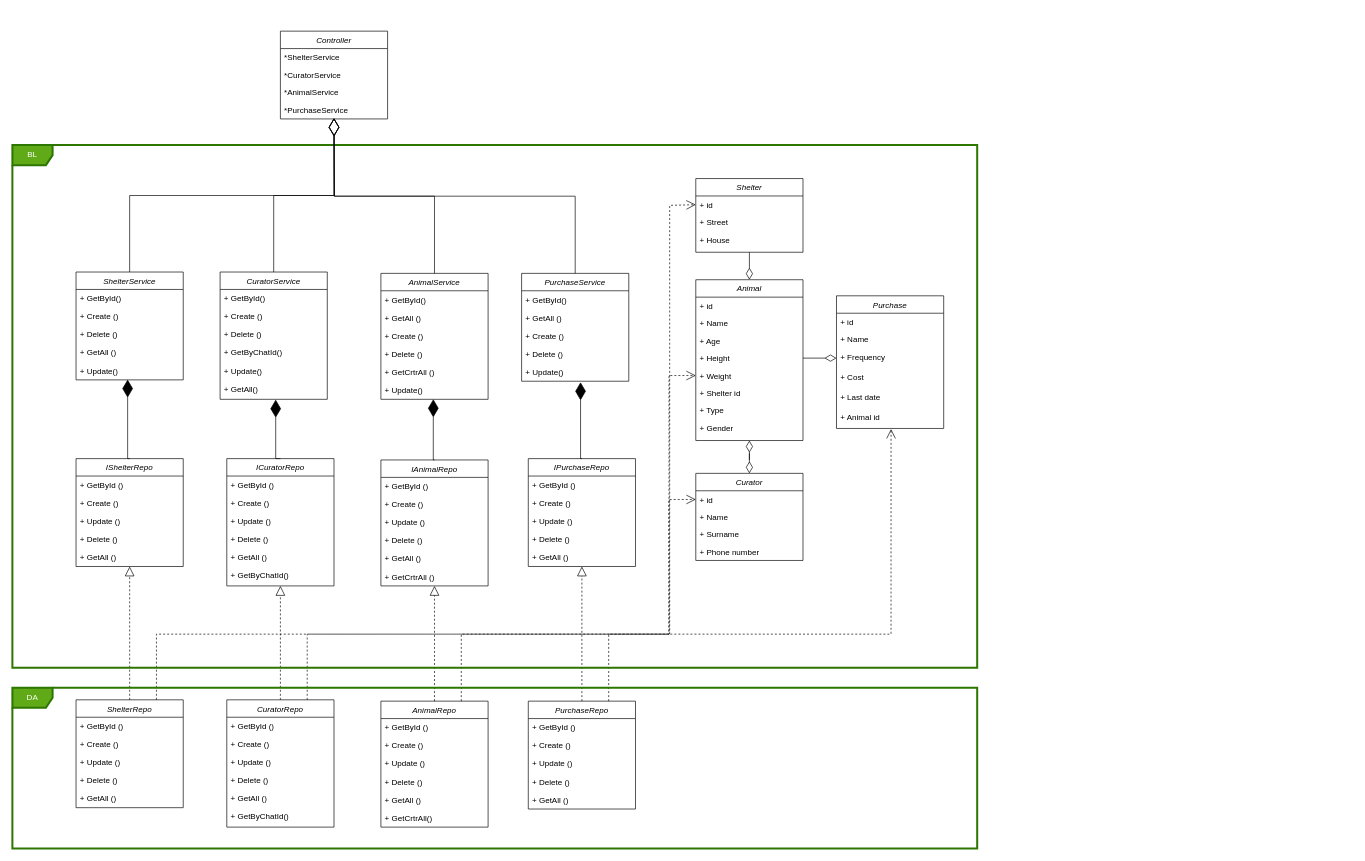
Above: diagrams/classes.drawio in Laiika/bmstu-iu7-sd (draw.io), before the change. Source tidied: cells renumbered, new cells numbered last; positions are measured from the earlier drawing's top-left corner, leaving out a move shared by most shapes. Both pictures are drawn from the tidied source at 67%, with x=0, y=0 at pixel (12, 31).
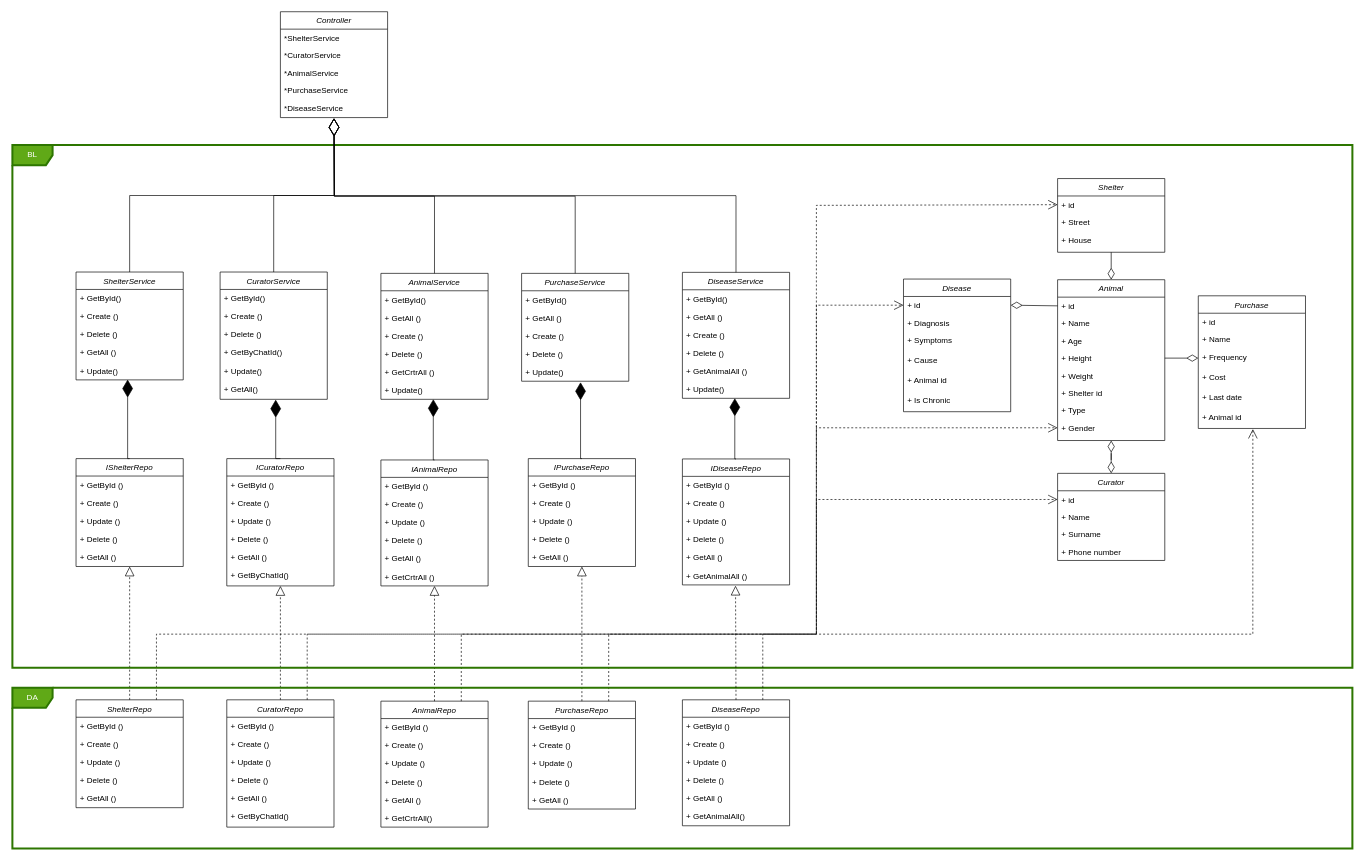
After the change.

Unchanged cells that the change refers to:
```xml
<mxCell id="6" value="*PurchaseService" style="text;align=left;verticalAlign=top;spacingLeft=4;spacingRight=4;overflow=hidden;points=[[0,0.5],[1,0.5]];portConstraint=eastwest;rounded=0;shadow=0;html=0;" parent="2" vertex="1">
  <mxGeometry y="104" width="160" height="27" as="geometry" />
</mxCell>
<mxCell id="7" value="ShelterService" style="swimlane;fontStyle=2;align=center;verticalAlign=top;horizontal=1;startSize=26;rounded=0;shadow=0;strokeWidth=1;" parent="1" vertex="1">
  <mxGeometry x="95" y="359.5" width="160" height="161" as="geometry" />
</mxCell>
<mxCell id="39" value="PurchaseRepo" style="swimlane;fontStyle=2;align=center;verticalAlign=top;horizontal=1;startSize=26;rounded=0;shadow=0;strokeWidth=1;" parent="1" vertex="1">
  <mxGeometry x="770" y="1000" width="160" height="161" as="geometry" />
</mxCell>
<mxCell id="53" value="CuratorRepo" style="swimlane;fontStyle=2;align=center;verticalAlign=top;horizontal=1;startSize=26;rounded=0;shadow=0;strokeWidth=1;" parent="1" vertex="1">
  <mxGeometry x="320" y="998" width="160" height="190" as="geometry" />
</mxCell>
<mxCell id="67" value="ShelterRepo" style="swimlane;fontStyle=2;align=center;verticalAlign=top;horizontal=1;startSize=26;rounded=0;shadow=0;strokeWidth=1;" parent="1" vertex="1">
  <mxGeometry x="95" y="998" width="160" height="161" as="geometry" />
</mxCell>
<mxCell id="81" value="AnimalRepo" style="swimlane;fontStyle=2;align=center;verticalAlign=top;horizontal=1;startSize=26;rounded=0;shadow=0;strokeWidth=1;" parent="1" vertex="1">
  <mxGeometry x="550" y="1000" width="160" height="188" as="geometry" />
</mxCell>
<mxCell id="90" value="+ id" style="text;align=left;verticalAlign=top;spacingLeft=4;spacingRight=4;overflow=hidden;points=[[0,0.5],[1,0.5]];portConstraint=eastwest;rounded=0;shadow=0;html=0;" parent="89" vertex="1">
  <mxGeometry y="26" width="160" height="26" as="geometry" />
</mxCell>
<mxCell id="94" value="+ Weight" style="text;align=left;verticalAlign=top;spacingLeft=4;spacingRight=4;overflow=hidden;points=[[0,0.5],[1,0.5]];portConstraint=eastwest;rounded=0;shadow=0;html=0;" parent="89" vertex="1">
  <mxGeometry y="130" width="160" height="26" as="geometry" />
</mxCell>
<mxCell id="97" value="+ Gender" style="text;align=left;verticalAlign=top;spacingLeft=4;spacingRight=4;overflow=hidden;points=[[0,0.5],[1,0.5]];portConstraint=eastwest;rounded=0;shadow=0;html=0;" parent="89" vertex="1">
  <mxGeometry y="208" width="160" height="26" as="geometry" />
</mxCell>
<mxCell id="104" value="+ Animal id" style="text;align=left;verticalAlign=top;spacingLeft=4;spacingRight=4;overflow=hidden;points=[[0,0.5],[1,0.5]];portConstraint=eastwest;rounded=0;shadow=0;html=0;" parent="98" vertex="1">
  <mxGeometry y="168" width="160" height="30" as="geometry" />
</mxCell>
<mxCell id="106" value="+ id" style="text;align=left;verticalAlign=top;spacingLeft=4;spacingRight=4;overflow=hidden;points=[[0,0.5],[1,0.5]];portConstraint=eastwest;rounded=0;shadow=0;html=0;" parent="105" vertex="1">
  <mxGeometry y="26" width="160" height="26" as="geometry" />
</mxCell>
<mxCell id="111" value="+ id" style="text;align=left;verticalAlign=top;spacingLeft=4;spacingRight=4;overflow=hidden;points=[[0,0.5],[1,0.5]];portConstraint=eastwest;rounded=0;shadow=0;html=0;" parent="110" vertex="1">
  <mxGeometry y="26" width="160" height="26" as="geometry" />
</mxCell>
```

The edit, as a diff of the source:
```diff
@@
     <mxCell id="2" value="Controller" style="swimlane;fontStyle=2;align=center;verticalAlign=top;horizontal=1;startSize=26;rounded=0;shadow=0;strokeWidth=1;" parent="1" vertex="1">
-      <mxGeometry x="400" width="160" height="131" as="geometry" />
+      <mxGeometry x="400" y="-29" width="160" height="158" as="geometry" />
     </mxCell>
@@
+    <mxCell id="132" value="*DiseaseService" style="text;align=left;verticalAlign=top;spacingLeft=4;spacingRight=4;overflow=hidden;rounded=0;shadow=0;html=0;" parent="2" vertex="1">
+      <mxGeometry y="131" width="160" height="27" as="geometry" />
+    </mxCell>
@@
     <mxCell id="89" value="Animal" style="swimlane;fontStyle=2;align=center;verticalAlign=top;horizontal=1;startSize=26;rounded=0;shadow=0;strokeWidth=1;" parent="1" vertex="1">
-      <mxGeometry x="1020" y="371" width="160" height="240" as="geometry" />
+      <mxGeometry x="1560" y="371" width="160" height="240" as="geometry" />
     </mxCell>
@@
     <mxCell id="98" value="Purchase" style="swimlane;fontStyle=2;align=center;verticalAlign=top;horizontal=1;startSize=26;rounded=0;shadow=0;strokeWidth=1;" parent="1" vertex="1">
-      <mxGeometry x="1230" y="395" width="160" height="198" as="geometry" />
+      <mxGeometry x="1770" y="395" width="160" height="198" as="geometry" />
     </mxCell>
@@
     <mxCell id="105" value="Curator" style="swimlane;fontStyle=2;align=center;verticalAlign=top;horizontal=1;startSize=26;rounded=0;shadow=0;strokeWidth=1;" parent="1" vertex="1">
-      <mxGeometry x="1020" y="660" width="160" height="130" as="geometry" />
+      <mxGeometry x="1560" y="660" width="160" height="130" as="geometry" />
     </mxCell>
@@
     <mxCell id="110" value="Shelter" style="swimlane;fontStyle=2;align=center;verticalAlign=top;horizontal=1;startSize=26;rounded=0;shadow=0;strokeWidth=1;" parent="1" vertex="1">
-      <mxGeometry x="1020" y="220" width="160" height="110" as="geometry" />
+      <mxGeometry x="1560" y="220" width="160" height="110" as="geometry" />
     </mxCell>
@@
     <mxCell id="115" style="endArrow=none;html=1;endSize=12;startArrow=diamondThin;startSize=15;startFill=0;rounded=0;endFill=0;exitX=0.5;exitY=1;exitDx=0;exitDy=0;" parent="1" edge="1" source="89">
       <mxGeometry x="-0.02" relative="1" as="geometry">
-        <mxPoint x="1100" y="640" as="targetPoint" />
+        <mxPoint x="1640" y="640" as="targetPoint" />
       </mxGeometry>
     </mxCell>
@@
     <mxCell id="117" style="endArrow=open;endSize=12;dashed=1;html=1;rounded=0;edgeStyle=orthogonalEdgeStyle;entryX=0.509;entryY=1.029;entryDx=0;entryDy=0;entryPerimeter=0;exitX=0.75;exitY=0;exitDx=0;exitDy=0;" parent="1" edge="1" source="39" target="104">
       <mxGeometry relative="1" as="geometry">
         <Array as="points">
           <mxPoint x="890" y="900" />
-          <mxPoint x="1311" y="900" />
+          <mxPoint x="1851" y="900" />
         </Array>
       </mxGeometry>
     </mxCell>
-    <mxCell id="118" style="endArrow=open;endSize=12;dashed=1;html=1;rounded=0;exitX=0.75;exitY=0;exitDx=0;exitDy=0;edgeStyle=orthogonalEdgeStyle;entryX=0;entryY=0.5;entryDx=0;entryDy=0;" parent="1" edge="1" source="81" target="94">
+    <mxCell id="118" style="endArrow=open;endSize=12;dashed=1;html=1;rounded=0;exitX=0.75;exitY=0;exitDx=0;exitDy=0;edgeStyle=orthogonalEdgeStyle;entryX=0;entryY=0.5;entryDx=0;entryDy=0;" parent="1" edge="1" source="81" target="97">
       <mxGeometry relative="1" as="geometry">
         <Array as="points">
           <mxPoint x="670" y="900" />
-          <mxPoint x="980" y="900" />
-          <mxPoint x="980" y="514" />
+          <mxPoint x="1200" y="900" />
+          <mxPoint x="1200" y="592" />
         </Array>
       </mxGeometry>
     </mxCell>
     <mxCell id="119" style="endArrow=open;endSize=12;dashed=1;html=1;rounded=0;exitX=0.75;exitY=0;exitDx=0;exitDy=0;edgeStyle=orthogonalEdgeStyle;entryX=0;entryY=0.5;entryDx=0;entryDy=0;" parent="1" edge="1" source="53" target="106">
       <mxGeometry relative="1" as="geometry">
         <Array as="points">
           <mxPoint x="440" y="900" />
-          <mxPoint x="980" y="900" />
-          <mxPoint x="980" y="699" />
+          <mxPoint x="1200" y="900" />
+          <mxPoint x="1200" y="699" />
         </Array>
       </mxGeometry>
     </mxCell>
     <mxCell id="120" style="endArrow=open;endSize=12;dashed=1;html=1;rounded=0;exitX=0.75;exitY=0;exitDx=0;exitDy=0;edgeStyle=orthogonalEdgeStyle;entryX=0;entryY=0.5;entryDx=0;entryDy=0;" parent="1" edge="1" source="67" target="111">
       <mxGeometry relative="1" as="geometry">
         <Array as="points">
           <mxPoint x="215" y="900" />
-          <mxPoint x="981" y="900" />
-          <mxPoint x="981" y="260" />
-          <mxPoint x="1020" y="260" />
+          <mxPoint x="1200" y="900" />
+          <mxPoint x="1200" y="260" />
         </Array>
       </mxGeometry>
     </mxCell>
@@
     <mxCell id="125" value="BL" style="shape=umlFrame;whiteSpace=wrap;html=1;fillColor=#60a917;strokeColor=#2D7600;fontColor=#ffffff;strokeWidth=3;" parent="1" vertex="1">
-      <mxGeometry y="170" width="1440" height="780" as="geometry" />
+      <mxGeometry y="170" width="2000" height="780" as="geometry" />
     </mxCell>
     <mxCell id="126" value="DA" style="shape=umlFrame;whiteSpace=wrap;html=1;fillColor=#60a917;fontColor=#ffffff;strokeColor=#2D7600;strokeWidth=3;" parent="1" vertex="1">
-      <mxGeometry y="980" width="1440" height="240" as="geometry" />
+      <mxGeometry y="980" width="2000" height="240" as="geometry" />
     </mxCell>
     <mxCell id="127" style="endArrow=none;html=1;endSize=12;startArrow=diamondThin;startSize=15;startFill=0;rounded=0;endFill=0;exitX=0.5;exitY=0;exitDx=0;exitDy=0;" parent="1" edge="1" source="105">
       <mxGeometry x="0.08" relative="1" as="geometry">
-        <mxPoint x="1100" y="630" as="targetPoint" />
+        <mxPoint x="1640" y="630" as="targetPoint" />
       </mxGeometry>
     </mxCell>
-    <mxCell id="128" style="endArrow=diamondThin;endFill=0;endSize=24;html=1;rounded=0;exitX=0.5;exitY=0;exitDx=0;exitDy=0;edgeStyle=orthogonalEdgeStyle;entryX=0.5;entryY=0.963;entryDx=0;entryDy=0;entryPerimeter=0;" parent="1" edge="1" source="7" target="6">
-      <mxGeometry relative="1" as="geometry" />
+    <mxCell id="128" style="endArrow=diamondThin;endFill=0;endSize=24;html=1;rounded=0;exitX=0.5;exitY=0;exitDx=0;exitDy=0;edgeStyle=orthogonalEdgeStyle;" parent="1" edge="1" source="7">
+      <mxGeometry relative="1" as="geometry">
+        <mxPoint x="480" y="130" as="targetPoint" />
+      </mxGeometry>
     </mxCell>
@@
+    <mxCell id="133" value="Disease&#10;" style="swimlane;fontStyle=2;align=center;verticalAlign=top;horizontal=1;startSize=26;rounded=0;shadow=0;strokeWidth=1;" parent="1" vertex="1">
+      <mxGeometry x="1330" y="370" width="160" height="198" as="geometry" />
+    </mxCell>
+    <mxCell id="134" value="+ id" style="text;align=left;verticalAlign=top;spacingLeft=4;spacingRight=4;overflow=hidden;points=[[0,0.5],[1,0.5]];portConstraint=eastwest;rounded=0;shadow=0;html=0;" parent="133" vertex="1">
+      <mxGeometry y="26" width="160" height="26" as="geometry" />
+    </mxCell>
+    <mxCell id="135" value="+ Diagnosis" style="text;align=left;verticalAlign=top;spacingLeft=4;spacingRight=4;overflow=hidden;rounded=0;shadow=0;html=0;" parent="133" vertex="1">
+      <mxGeometry y="52" width="160" height="26" as="geometry" />
+    </mxCell>
+    <mxCell id="136" value="+ Symptoms" style="text;align=left;verticalAlign=top;spacingLeft=4;spacingRight=4;overflow=hidden;rounded=0;shadow=0;html=0;spacing=2;" parent="133" vertex="1">
+      <mxGeometry y="78" width="160" height="30" as="geometry" />
+    </mxCell>
+    <mxCell id="137" value="+ Cause" style="text;align=left;verticalAlign=top;spacingLeft=4;spacingRight=4;overflow=hidden;rounded=0;shadow=0;html=0;" parent="133" vertex="1">
+      <mxGeometry y="108" width="160" height="30" as="geometry" />
+    </mxCell>
+    <mxCell id="138" value="+ Animal id" style="text;align=left;verticalAlign=top;spacingLeft=4;spacingRight=4;overflow=hidden;rounded=0;shadow=0;html=0;" parent="133" vertex="1">
+      <mxGeometry y="138" width="160" height="30" as="geometry" />
+    </mxCell>
+    <mxCell id="139" value="+ Is Chronic" style="text;align=left;verticalAlign=top;spacingLeft=4;spacingRight=4;overflow=hidden;rounded=0;shadow=0;html=0;" parent="133" vertex="1">
+      <mxGeometry y="168" width="160" height="30" as="geometry" />
+    </mxCell>
+    <mxCell id="140" style="endArrow=none;html=1;endSize=12;startArrow=diamondThin;startSize=15;startFill=0;rounded=0;endFill=0;exitX=1;exitY=0.5;exitDx=0;exitDy=0;entryX=0;entryY=0.5;entryDx=0;entryDy=0;" parent="1" edge="1" source="134" target="90">
+      <mxGeometry x="-0.02" relative="1" as="geometry" />
+    </mxCell>
+    <mxCell id="141" value="DiseaseRepo" style="swimlane;fontStyle=2;align=center;verticalAlign=top;horizontal=1;startSize=26;rounded=0;shadow=0;strokeWidth=1;" parent="1" vertex="1">
+      <mxGeometry x="1000" y="998" width="160" height="188" as="geometry" />
+    </mxCell>
+    <mxCell id="142" value="+ GetById ()" style="text;align=left;verticalAlign=top;spacingLeft=4;spacingRight=4;overflow=hidden;rounded=0;shadow=0;html=0;" parent="141" vertex="1">
+      <mxGeometry y="26" width="160" height="27" as="geometry" />
+    </mxCell>
+    <mxCell id="143" value="+ Create ()" style="text;align=left;verticalAlign=top;spacingLeft=4;spacingRight=4;overflow=hidden;rounded=0;shadow=0;html=0;" parent="141" vertex="1">
+      <mxGeometry y="53" width="160" height="27" as="geometry" />
+    </mxCell>
+    <mxCell id="144" value="+ Update ()" style="text;align=left;verticalAlign=top;spacingLeft=4;spacingRight=4;overflow=hidden;rounded=0;shadow=0;html=0;" parent="141" vertex="1">
+      <mxGeometry y="80" width="160" height="27" as="geometry" />
+    </mxCell>
+    <mxCell id="145" value="+ Delete ()" style="text;align=left;verticalAlign=top;spacingLeft=4;spacingRight=4;overflow=hidden;rounded=0;shadow=0;html=0;" parent="141" vertex="1">
+      <mxGeometry y="107" width="160" height="27" as="geometry" />
+    </mxCell>
+    <mxCell id="146" value="+ GetAll ()" style="text;align=left;verticalAlign=top;spacingLeft=4;spacingRight=4;overflow=hidden;rounded=0;shadow=0;html=0;" parent="141" vertex="1">
+      <mxGeometry y="134" width="160" height="27" as="geometry" />
+    </mxCell>
+    <mxCell id="147" value="+ GetAnimalAll()" style="text;align=left;verticalAlign=top;spacingLeft=4;spacingRight=4;overflow=hidden;rounded=0;shadow=0;html=0;" parent="141" vertex="1">
+      <mxGeometry y="161" width="160" height="27" as="geometry" />
+    </mxCell>
+    <mxCell id="148" value="DiseaseService" style="swimlane;fontStyle=2;align=center;verticalAlign=top;horizontal=1;startSize=26;rounded=0;shadow=0;strokeWidth=1;" parent="1" vertex="1">
+      <mxGeometry x="1000" y="360" width="160" height="188" as="geometry" />
+    </mxCell>
+    <mxCell id="149" value="+ GetById()" style="text;align=left;verticalAlign=top;spacingLeft=4;spacingRight=4;overflow=hidden;rounded=0;shadow=0;html=0;" parent="148" vertex="1">
+      <mxGeometry y="26" width="160" height="27" as="geometry" />
+    </mxCell>
+    <mxCell id="150" value="+ GetAll ()" style="text;align=left;verticalAlign=top;spacingLeft=4;spacingRight=4;overflow=hidden;rounded=0;shadow=0;html=0;" parent="148" vertex="1">
+      <mxGeometry y="53" width="160" height="27" as="geometry" />
+    </mxCell>
+    <mxCell id="151" value="+ Create ()" style="text;align=left;verticalAlign=top;spacingLeft=4;spacingRight=4;overflow=hidden;rounded=0;shadow=0;html=0;" parent="148" vertex="1">
+      <mxGeometry y="80" width="160" height="27" as="geometry" />
+    </mxCell>
+    <mxCell id="152" value="+ Delete ()" style="text;align=left;verticalAlign=top;spacingLeft=4;spacingRight=4;overflow=hidden;rounded=0;shadow=0;html=0;" parent="148" vertex="1">
+      <mxGeometry y="107" width="160" height="27" as="geometry" />
+    </mxCell>
+    <mxCell id="153" value="+ GetAnimalAll ()" style="text;align=left;verticalAlign=top;spacingLeft=4;spacingRight=4;overflow=hidden;rounded=0;shadow=0;html=0;" parent="148" vertex="1">
+      <mxGeometry y="134" width="160" height="27" as="geometry" />
+    </mxCell>
+    <mxCell id="154" value="+ Update()" style="text;align=left;verticalAlign=top;spacingLeft=4;spacingRight=4;overflow=hidden;points=[[0,0.5],[1,0.5]];portConstraint=eastwest;rounded=0;shadow=0;html=0;" parent="148" vertex="1">
+      <mxGeometry y="161" width="160" height="27" as="geometry" />
+    </mxCell>
+    <mxCell id="155" value="IDiseaseRepo" style="swimlane;fontStyle=2;align=center;verticalAlign=top;horizontal=1;startSize=26;rounded=0;shadow=0;strokeWidth=1;" parent="1" vertex="1">
+      <mxGeometry x="1000" y="638.5" width="160" height="188" as="geometry" />
+    </mxCell>
+    <mxCell id="156" value="+ GetById ()" style="text;align=left;verticalAlign=top;spacingLeft=4;spacingRight=4;overflow=hidden;rounded=0;shadow=0;html=0;" parent="155" vertex="1">
+      <mxGeometry y="26" width="160" height="27" as="geometry" />
+    </mxCell>
+    <mxCell id="157" value="+ Create ()" style="text;align=left;verticalAlign=top;spacingLeft=4;spacingRight=4;overflow=hidden;rounded=0;shadow=0;html=0;" parent="155" vertex="1">
+      <mxGeometry y="53" width="160" height="27" as="geometry" />
+    </mxCell>
+    <mxCell id="158" value="+ Update ()" style="text;align=left;verticalAlign=top;spacingLeft=4;spacingRight=4;overflow=hidden;rounded=0;shadow=0;html=0;" parent="155" vertex="1">
+      <mxGeometry y="80" width="160" height="27" as="geometry" />
+    </mxCell>
+    <mxCell id="159" value="+ Delete ()" style="text;align=left;verticalAlign=top;spacingLeft=4;spacingRight=4;overflow=hidden;rounded=0;shadow=0;html=0;" parent="155" vertex="1">
+      <mxGeometry y="107" width="160" height="27" as="geometry" />
+    </mxCell>
+    <mxCell id="160" value="+ GetAll ()" style="text;align=left;verticalAlign=top;spacingLeft=4;spacingRight=4;overflow=hidden;rounded=0;shadow=0;html=0;" parent="155" vertex="1">
+      <mxGeometry y="134" width="160" height="27" as="geometry" />
+    </mxCell>
+    <mxCell id="161" value="+ GetAnimalAll ()" style="text;align=left;verticalAlign=top;spacingLeft=4;spacingRight=4;overflow=hidden;rounded=0;shadow=0;html=0;" parent="155" vertex="1">
+      <mxGeometry y="161" width="160" height="27" as="geometry" />
+    </mxCell>
+    <mxCell id="162" style="endArrow=diamondThin;endFill=1;endSize=24;html=1;rounded=0;exitX=0.5;exitY=0;exitDx=0;exitDy=0;entryX=0.489;entryY=0.995;entryDx=0;entryDy=0;entryPerimeter=0;edgeStyle=orthogonalEdgeStyle;" parent="1" edge="1" source="155" target="154">
+      <mxGeometry relative="1" as="geometry">
+        <Array as="points">
+          <mxPoint x="1078" y="638.5" />
+        </Array>
+      </mxGeometry>
+    </mxCell>
+    <mxCell id="163" style="endArrow=block;dashed=1;endFill=0;endSize=12;html=1;entryX=0.558;entryY=1.151;entryDx=0;entryDy=0;exitX=0.5;exitY=0;exitDx=0;exitDy=0;entryPerimeter=0;" parent="1" edge="1" source="141">
+      <mxGeometry relative="1" as="geometry">
+        <mxPoint x="1079.3" y="827.6" as="targetPoint" />
+      </mxGeometry>
+    </mxCell>
+    <mxCell id="164" style="endArrow=diamondThin;endFill=0;endSize=24;html=1;rounded=0;exitX=0.5;exitY=0;exitDx=0;exitDy=0;edgeStyle=orthogonalEdgeStyle;" parent="1" edge="1" source="148">
+      <mxGeometry relative="1" as="geometry">
+        <mxPoint x="480" y="130" as="targetPoint" />
+      </mxGeometry>
+    </mxCell>
+    <mxCell id="165" style="endArrow=open;endSize=12;dashed=1;html=1;rounded=0;edgeStyle=orthogonalEdgeStyle;entryX=0;entryY=0.5;entryDx=0;entryDy=0;exitX=0.75;exitY=0;exitDx=0;exitDy=0;" parent="1" edge="1" source="141" target="134">
+      <mxGeometry relative="1" as="geometry">
+        <Array as="points">
+          <mxPoint x="1120" y="900" />
+          <mxPoint x="1200" y="900" />
+          <mxPoint x="1200" y="409" />
+        </Array>
+      </mxGeometry>
+    </mxCell>
```
